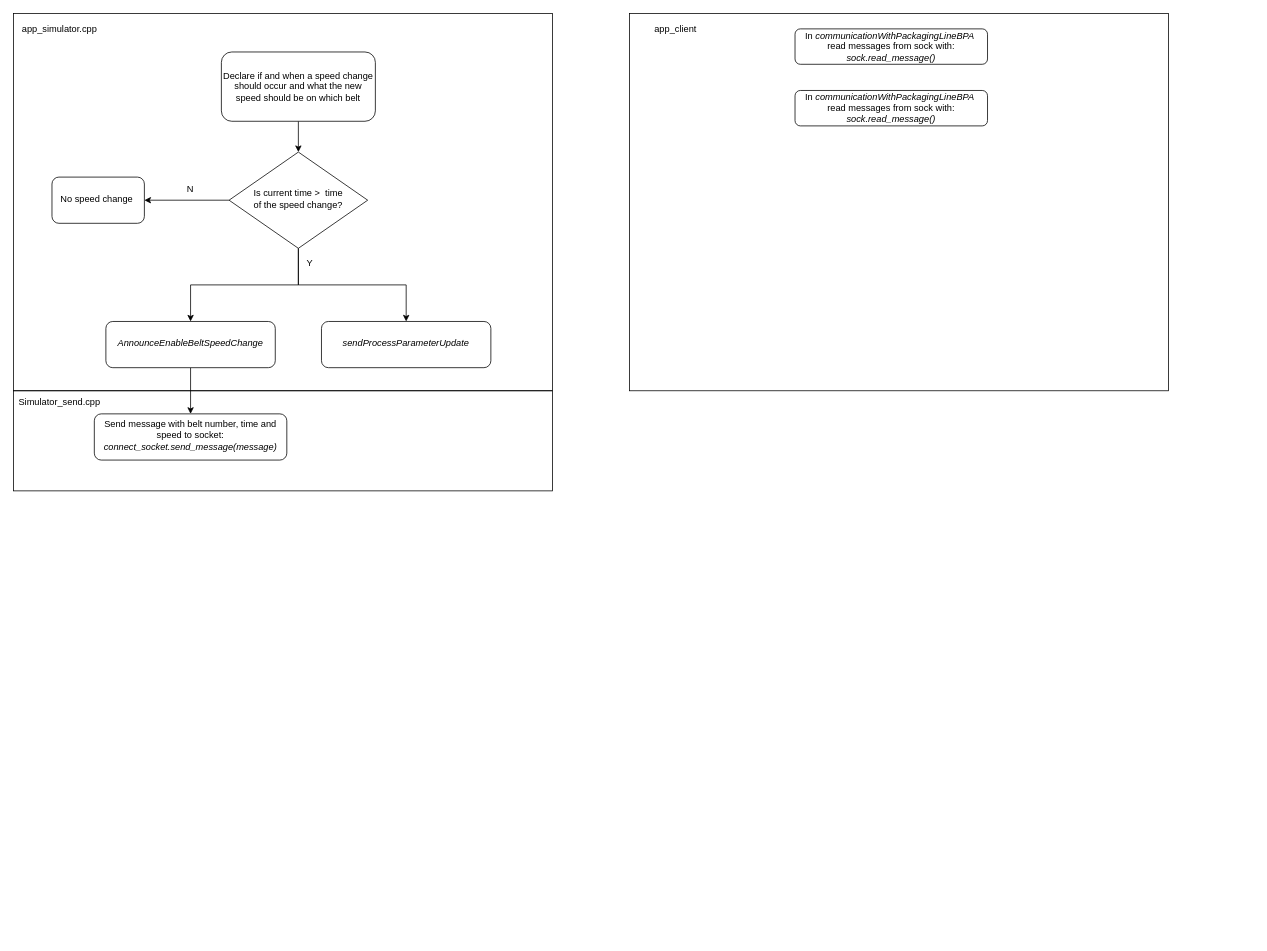
Before: SpeedChangeSimFlow.drawio in evelinedrijver/Thesis, a draw.io diagram. Source tidied: cells renumbered, new cells numbered last; positions are measured from the earlier drawing's top-left corner, leaving out a move shared by most shapes. Both pictures are drawn from the tidied source at 77%, with x=0, y=0 at pixel (13, 13).
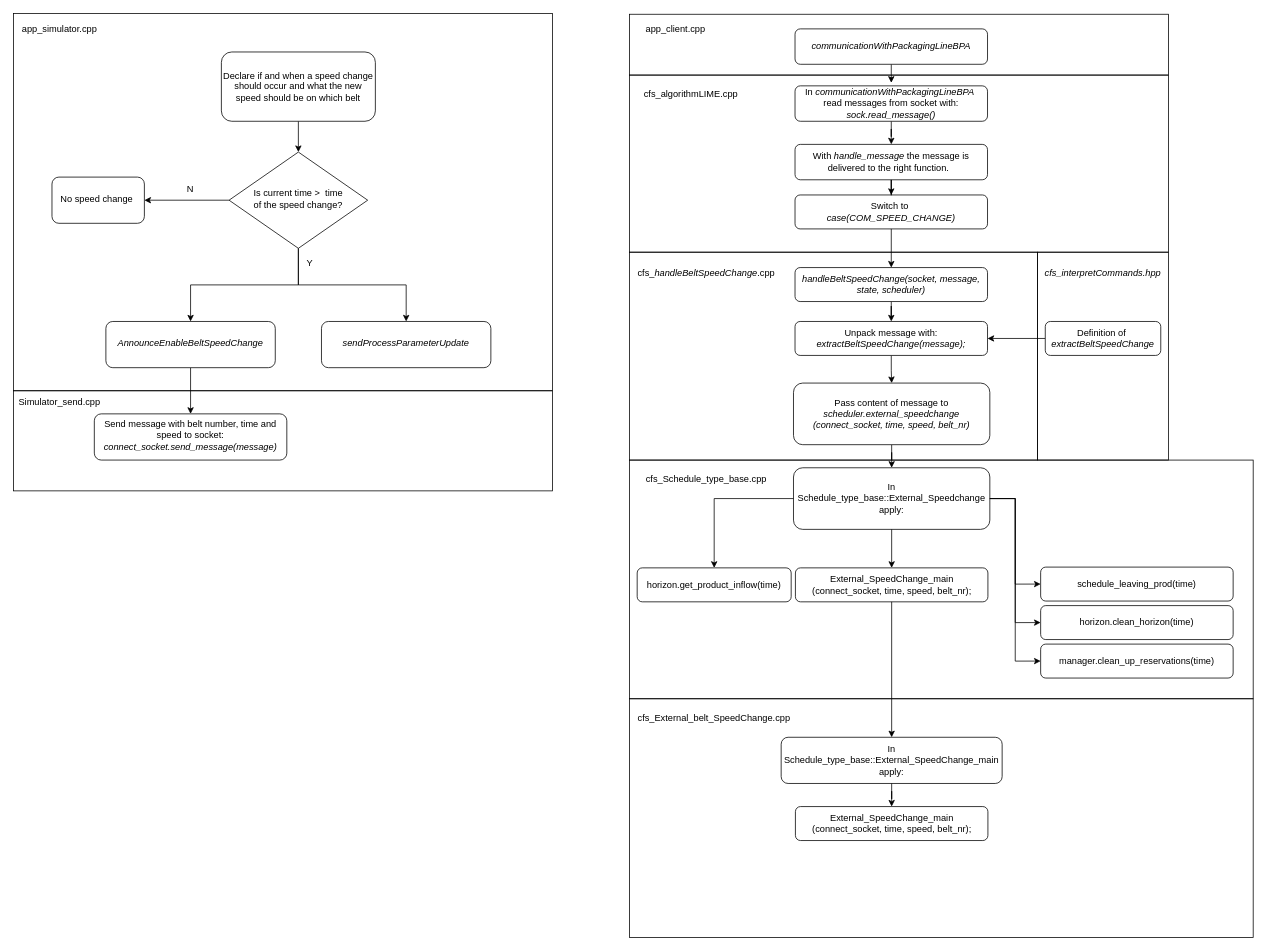
After the change.

What changed in the source:
```diff
@@
+    <mxCell id="23" style="whiteSpace=wrap;html=1;fillColor=none;" parent="1" vertex="1">
+      <mxGeometry x="800" y="80" width="700" height="230" as="geometry" />
+    </mxCell>
+    <mxCell id="24" value="Switch to&amp;nbsp;&lt;br&gt;&amp;nbsp;&lt;i&gt;case(COM_SPEED_CHANGE)&lt;/i&gt;&amp;nbsp;" style="rounded=1;whiteSpace=wrap;html=1;fontSize=12;glass=0;strokeWidth=1;shadow=0;" parent="23" vertex="1">
+      <mxGeometry x="215" y="155.7" width="250" height="44.1" as="geometry" />
+    </mxCell>
+    <mxCell id="25" style="whiteSpace=wrap;html=1;fillColor=none;" parent="1" vertex="1">
+      <mxGeometry x="800" y="580" width="810" height="310" as="geometry" />
+    </mxCell>
+    <mxCell id="26" value="In Schedule_type_base::External_Speedchange&lt;br&gt;apply:" style="rounded=1;whiteSpace=wrap;html=1;fontSize=12;glass=0;strokeWidth=1;shadow=0;" parent="25" vertex="1">
+      <mxGeometry x="213" y="10" width="255" height="80" as="geometry" />
+    </mxCell>
+    <mxCell id="27" value="External_SpeedChange_main&lt;br&gt;(connect_socket, time, speed, belt_nr);" style="rounded=1;whiteSpace=wrap;html=1;fontSize=12;glass=0;strokeWidth=1;shadow=0;" parent="25" vertex="1">
+      <mxGeometry x="215.5" y="140" width="250" height="44.1" as="geometry" />
+    </mxCell>
+    <mxCell id="28" style="edgeStyle=orthogonalEdgeStyle;rounded=0;jettySize=auto;html=1;" parent="25" edge="1" source="26" target="27">
+      <mxGeometry relative="1" as="geometry" />
+    </mxCell>
+    <mxCell id="29" value="cfs_Schedule_type_base.cpp" style="text;html=1;strokeColor=none;fillColor=none;align=center;verticalAlign=middle;whiteSpace=wrap;rounded=0;" parent="25" vertex="1">
+      <mxGeometry x="70" y="10" width="60" height="30" as="geometry" />
+    </mxCell>
+    <mxCell id="30" value="horizon.get_product_inflow(time)" style="rounded=1;whiteSpace=wrap;html=1;fontSize=12;glass=0;strokeWidth=1;shadow=0;" parent="25" vertex="1">
+      <mxGeometry x="10" y="140" width="200" height="44.1" as="geometry" />
+    </mxCell>
+    <mxCell id="31" style="edgeStyle=orthogonalEdgeStyle;rounded=0;jettySize=auto;html=1;" parent="25" edge="1" source="26" target="30">
+      <mxGeometry relative="1" as="geometry" />
+    </mxCell>
@@
     <mxCell id="19" style="whiteSpace=wrap;html=1;fillColor=none;" parent="1" vertex="1">
-      <mxGeometry x="800" width="700" height="490" as="geometry" />
+      <mxGeometry x="800" y="1" width="700" height="79" as="geometry" />
     </mxCell>
-    <mxCell id="20" value="app_client" style="text;html=1;strokeColor=none;fillColor=none;align=center;verticalAlign=middle;whiteSpace=wrap;rounded=0;" parent="1" vertex="1">
+    <mxCell id="20" value="app_client.cpp" style="text;html=1;strokeColor=none;fillColor=none;align=center;verticalAlign=middle;whiteSpace=wrap;rounded=0;" parent="1" vertex="1">
       <mxGeometry x="830" y="6" width="60" height="30" as="geometry" />
     </mxCell>
+    <mxCell id="32" style="edgeStyle=orthogonalEdgeStyle;rounded=0;jettySize=auto;html=1;entryX=0.5;entryY=0;entryDx=0;entryDy=0;" parent="1" edge="1" source="21" target="22">
+      <mxGeometry relative="1" as="geometry" />
+    </mxCell>
-    <mxCell id="21" value="In&amp;nbsp;&lt;i&gt;communicationWithPackagingLineBPA&amp;nbsp;&lt;/i&gt;&lt;br&gt;read messages from sock with:&lt;br&gt;&lt;i&gt;sock.read_message()&lt;/i&gt;" style="rounded=1;whiteSpace=wrap;html=1;fontSize=12;glass=0;strokeWidth=1;shadow=0;" parent="1" vertex="1">
-      <mxGeometry x="1015" y="20" width="250" height="46" as="geometry" />
+    <mxCell id="21" value="In&amp;nbsp;&lt;i&gt;communicationWithPackagingLineBPA&amp;nbsp;&lt;/i&gt;&lt;br&gt;read messages from socket with:&lt;br&gt;&lt;i&gt;sock.read_message()&lt;/i&gt;" style="rounded=1;whiteSpace=wrap;html=1;fontSize=12;glass=0;strokeWidth=1;shadow=0;" parent="1" vertex="1">
+      <mxGeometry x="1015" y="94" width="250" height="46" as="geometry" />
     </mxCell>
+    <mxCell id="33" style="edgeStyle=orthogonalEdgeStyle;rounded=0;jettySize=auto;html=1;" parent="1" edge="1" source="22" target="24">
+      <mxGeometry relative="1" as="geometry" />
+    </mxCell>
-    <mxCell id="22" value="In&amp;nbsp;&lt;i&gt;communicationWithPackagingLineBPA&amp;nbsp;&lt;/i&gt;&lt;br&gt;read messages from sock with:&lt;br&gt;&lt;i&gt;sock.read_message()&lt;/i&gt;" style="rounded=1;whiteSpace=wrap;html=1;fontSize=12;glass=0;strokeWidth=1;shadow=0;" parent="1" vertex="1">
-      <mxGeometry x="1015" y="100" width="250" height="46" as="geometry" />
+    <mxCell id="22" value="With &lt;i&gt;handle_message &lt;/i&gt;the message is delivered to the right function.&amp;nbsp;&amp;nbsp;" style="rounded=1;whiteSpace=wrap;html=1;fontSize=12;glass=0;strokeWidth=1;shadow=0;" parent="1" vertex="1">
+      <mxGeometry x="1015" y="170" width="250" height="46" as="geometry" />
     </mxCell>
+    <mxCell id="34" style="edgeStyle=orthogonalEdgeStyle;rounded=0;jettySize=auto;html=1;" parent="1" edge="1" source="35">
+      <mxGeometry relative="1" as="geometry">
+        <mxPoint x="1140" y="90" as="targetPoint" />
+      </mxGeometry>
+    </mxCell>
+    <mxCell id="35" value="&lt;i&gt;communicationWithPackagingLineBPA&lt;/i&gt;" style="rounded=1;whiteSpace=wrap;html=1;fontSize=12;glass=0;strokeWidth=1;shadow=0;" parent="1" vertex="1">
+      <mxGeometry x="1015" y="20" width="250" height="46" as="geometry" />
+    </mxCell>
+    <mxCell id="36" value="cfs_algorithmLIME.cpp" style="text;html=1;strokeColor=none;fillColor=none;align=center;verticalAlign=middle;whiteSpace=wrap;rounded=0;" parent="1" vertex="1">
+      <mxGeometry x="850" y="90" width="60" height="30" as="geometry" />
+    </mxCell>
+    <mxCell id="37" style="whiteSpace=wrap;html=1;fillColor=none;" parent="1" vertex="1">
+      <mxGeometry x="800" y="310" width="530" height="270" as="geometry" />
+    </mxCell>
+    <mxCell id="38" style="edgeStyle=orthogonalEdgeStyle;rounded=0;jettySize=auto;html=1;" parent="1" edge="1" source="39" target="43">
+      <mxGeometry relative="1" as="geometry" />
+    </mxCell>
+    <mxCell id="39" value="&lt;i&gt;handleBeltSpeedChange(socket, message, state, scheduler)&lt;/i&gt;" style="rounded=1;whiteSpace=wrap;html=1;fontSize=12;glass=0;strokeWidth=1;shadow=0;" parent="1" vertex="1">
+      <mxGeometry x="1015" y="330" width="250" height="44.1" as="geometry" />
+    </mxCell>
+    <mxCell id="40" style="edgeStyle=orthogonalEdgeStyle;rounded=0;jettySize=auto;html=1;entryX=0.5;entryY=0;entryDx=0;entryDy=0;" parent="1" edge="1" source="24" target="39">
+      <mxGeometry relative="1" as="geometry" />
+    </mxCell>
+    <mxCell id="41" value="cfs_&lt;i&gt;handleBeltSpeedChange&lt;/i&gt;.cpp" style="text;html=1;strokeColor=none;fillColor=none;align=center;verticalAlign=middle;whiteSpace=wrap;rounded=0;" parent="1" vertex="1">
+      <mxGeometry x="870" y="323" width="60" height="30" as="geometry" />
+    </mxCell>
+    <mxCell id="42" style="edgeStyle=orthogonalEdgeStyle;rounded=0;jettySize=auto;html=1;" parent="1" edge="1" source="43" target="49">
+      <mxGeometry relative="1" as="geometry" />
+    </mxCell>
+    <mxCell id="43" value="Unpack message with:&lt;i&gt; extractBeltSpeedChange(message);&lt;/i&gt;" style="rounded=1;whiteSpace=wrap;html=1;fontSize=12;glass=0;strokeWidth=1;shadow=0;" parent="1" vertex="1">
+      <mxGeometry x="1015" y="400" width="250" height="44.1" as="geometry" />
+    </mxCell>
+    <mxCell id="44" style="whiteSpace=wrap;html=1;fillColor=none;" parent="1" vertex="1">
+      <mxGeometry x="1330" y="310" width="170" height="270" as="geometry" />
+    </mxCell>
+    <mxCell id="45" value="&lt;i&gt;cfs_interpretCommands.hpp&lt;/i&gt;" style="text;html=1;strokeColor=none;fillColor=none;align=center;verticalAlign=middle;whiteSpace=wrap;rounded=0;" parent="1" vertex="1">
+      <mxGeometry x="1385" y="323" width="60" height="30" as="geometry" />
+    </mxCell>
+    <mxCell id="46" style="edgeStyle=orthogonalEdgeStyle;rounded=0;jettySize=auto;html=1;" parent="1" edge="1" source="47" target="43">
+      <mxGeometry relative="1" as="geometry" />
+    </mxCell>
+    <mxCell id="47" value="Definition of&amp;nbsp;&lt;br&gt;&lt;i&gt;extractBeltSpeedChange&lt;/i&gt;" style="rounded=1;whiteSpace=wrap;html=1;fontSize=12;glass=0;strokeWidth=1;shadow=0;" parent="1" vertex="1">
+      <mxGeometry x="1340" y="400" width="150" height="44.1" as="geometry" />
+    </mxCell>
+    <mxCell id="48" style="edgeStyle=orthogonalEdgeStyle;rounded=0;jettySize=auto;html=1;" parent="1" edge="1" source="49" target="26">
+      <mxGeometry relative="1" as="geometry" />
+    </mxCell>
+    <mxCell id="49" value="Pass content of message to &lt;i&gt;scheduler.external_speedchange&lt;br&gt;(connect_socket, time, speed, belt_nr)&lt;/i&gt;" style="rounded=1;whiteSpace=wrap;html=1;fontSize=12;glass=0;strokeWidth=1;shadow=0;" parent="1" vertex="1">
+      <mxGeometry x="1013" y="480" width="255" height="80" as="geometry" />
+    </mxCell>
+    <mxCell id="50" style="edgeStyle=orthogonalEdgeStyle;rounded=0;jettySize=auto;html=1;entryX=0;entryY=0.5;entryDx=0;entryDy=0;" parent="1" edge="1" source="26" target="53">
+      <mxGeometry relative="1" as="geometry" />
+    </mxCell>
+    <mxCell id="51" style="edgeStyle=orthogonalEdgeStyle;rounded=0;jettySize=auto;html=1;entryX=0;entryY=0.5;entryDx=0;entryDy=0;" parent="1" edge="1" source="26" target="54">
+      <mxGeometry relative="1" as="geometry" />
+    </mxCell>
+    <mxCell id="52" style="edgeStyle=orthogonalEdgeStyle;rounded=0;jettySize=auto;html=1;entryX=0;entryY=0.5;entryDx=0;entryDy=0;" parent="1" edge="1" source="26" target="55">
+      <mxGeometry relative="1" as="geometry" />
+    </mxCell>
+    <mxCell id="53" value="schedule_leaving_prod(time)" style="rounded=1;whiteSpace=wrap;html=1;fontSize=12;glass=0;strokeWidth=1;shadow=0;" parent="1" vertex="1">
+      <mxGeometry x="1334" y="719" width="250" height="44.1" as="geometry" />
+    </mxCell>
+    <mxCell id="54" value="horizon.clean_horizon(time)" style="rounded=1;whiteSpace=wrap;html=1;fontSize=12;glass=0;strokeWidth=1;shadow=0;" parent="1" vertex="1">
+      <mxGeometry x="1334" y="769" width="250" height="44.1" as="geometry" />
+    </mxCell>
+    <mxCell id="55" value="manager.clean_up_reservations(time)" style="rounded=1;whiteSpace=wrap;html=1;fontSize=12;glass=0;strokeWidth=1;shadow=0;" parent="1" vertex="1">
+      <mxGeometry x="1334" y="819" width="250" height="44.1" as="geometry" />
+    </mxCell>
+    <mxCell id="56" style="whiteSpace=wrap;html=1;fillColor=none;" parent="1" vertex="1">
+      <mxGeometry x="800" y="890" width="810" height="310" as="geometry" />
+    </mxCell>
+    <mxCell id="57" value="In Schedule_type_base::External_SpeedChange_main&lt;br&gt;apply:" style="rounded=1;whiteSpace=wrap;html=1;fontSize=12;glass=0;strokeWidth=1;shadow=0;" parent="56" vertex="1">
+      <mxGeometry x="197" y="50" width="287" height="60" as="geometry" />
+    </mxCell>
+    <mxCell id="58" value="External_SpeedChange_main&lt;br&gt;(connect_socket, time, speed, belt_nr);" style="rounded=1;whiteSpace=wrap;html=1;fontSize=12;glass=0;strokeWidth=1;shadow=0;" parent="56" vertex="1">
+      <mxGeometry x="215.5" y="140" width="250" height="44.1" as="geometry" />
+    </mxCell>
+    <mxCell id="59" style="edgeStyle=orthogonalEdgeStyle;rounded=0;jettySize=auto;html=1;" parent="56" edge="1" source="57" target="58">
+      <mxGeometry relative="1" as="geometry" />
+    </mxCell>
+    <mxCell id="60" value="cfs_External_belt_SpeedChange.cpp" style="text;html=1;strokeColor=none;fillColor=none;align=center;verticalAlign=middle;whiteSpace=wrap;rounded=0;" parent="56" vertex="1">
+      <mxGeometry x="80" y="10" width="60" height="30" as="geometry" />
+    </mxCell>
+    <mxCell id="61" style="edgeStyle=orthogonalEdgeStyle;rounded=0;jettySize=auto;html=1;" parent="1" edge="1" source="27" target="57">
+      <mxGeometry relative="1" as="geometry" />
+    </mxCell>
```
